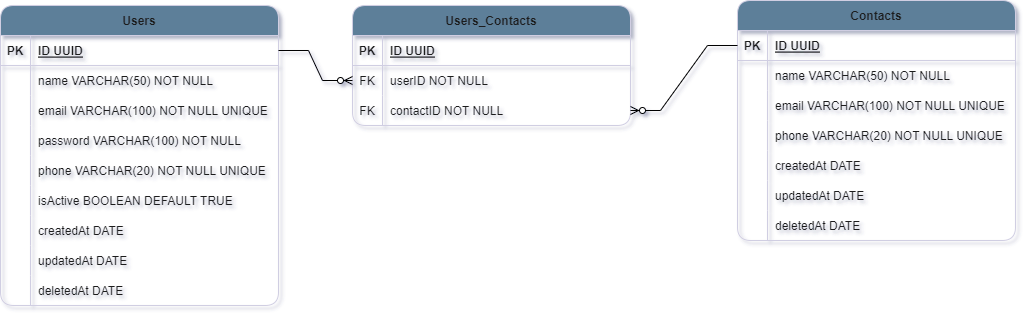
The draw.io diagram Contact-Book-diagram.png in henriquejesus128/Contact-Book-API, before a commit. Source tidied: cells renumbered, new cells last; positions are measured from the earlier drawing's top-left corner, leaving out a move shared by most shapes.
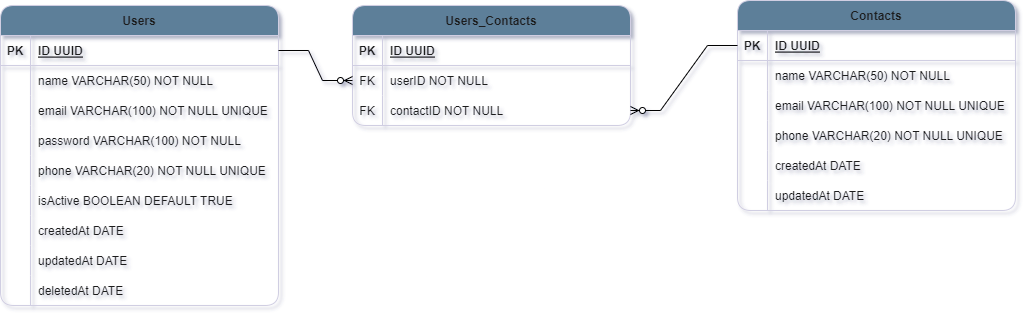
Above is the later version.

Change to the diagram source:
```diff
@@ -87,7 +87,7 @@
       <mxGeometry x="30" width="248" height="30" as="geometry" />
     </mxCell>
     <mxCell id="30" value="Contacts" style="shape=table;startSize=30;rowLines=0;fontStyle=1;align=center;labelBackgroundColor=none;fillColor=#5D7F99;strokeColor=#D0CEE2;fontColor=#1A1A1A;rounded=1;" parent="1" vertex="1">
-      <mxGeometry x="737" width="278" height="240" as="geometry" />
+      <mxGeometry x="737" width="278" height="210" as="geometry" />
     </mxCell>
     <mxCell id="31" style="shape=partialRectangle;fillColor=none;points=[[0,0.5],[1,0.5]];portConstraint=eastwest;top=0;left=0;right=0;bottom=1;labelBackgroundColor=none;strokeColor=#D0CEE2;fontColor=#1A1A1A;rounded=1;" parent="30" vertex="1">
       <mxGeometry y="30" width="278" height="30" as="geometry" />
@@ -143,15 +143,6 @@
     <mxCell id="48" value="updatedAt DATE" style="shape=partialRectangle;overflow=hidden;fillColor=none;top=0;left=0;bottom=0;right=0;align=left;spacingLeft=6;labelBackgroundColor=none;strokeColor=#D0CEE2;fontColor=#1A1A1A;rounded=1;" parent="46" vertex="1">
       <mxGeometry x="30" width="248" height="30" as="geometry" />
     </mxCell>
-    <mxCell id="49" style="shape=partialRectangle;fillColor=none;top=0;left=0;right=0;bottom=0;labelBackgroundColor=none;strokeColor=#D0CEE2;fontColor=#1A1A1A;rounded=1;" parent="30" vertex="1">
-      <mxGeometry y="210" width="278" height="30" as="geometry" />
-    </mxCell>
-    <mxCell id="50" style="shape=partialRectangle;overflow=hidden;fillColor=none;top=0;left=0;bottom=0;right=0;labelBackgroundColor=none;strokeColor=#D0CEE2;fontColor=#1A1A1A;rounded=1;" parent="49" vertex="1">
-      <mxGeometry width="30" height="30" as="geometry" />
-    </mxCell>
-    <mxCell id="51" value="deletedAt DATE" style="shape=partialRectangle;overflow=hidden;fillColor=none;top=0;left=0;bottom=0;right=0;align=left;spacingLeft=6;labelBackgroundColor=none;strokeColor=#D0CEE2;fontColor=#1A1A1A;rounded=1;" parent="49" vertex="1">
-      <mxGeometry x="30" width="248" height="30" as="geometry" />
-    </mxCell>
     <mxCell id="52" value="Users_Contacts" style="shape=table;startSize=30;rowLines=0;fontStyle=1;align=center;labelBackgroundColor=none;fillColor=#5D7F99;strokeColor=#D0CEE2;fontColor=#1A1A1A;rounded=1;" parent="1" vertex="1">
       <mxGeometry x="352" y="5" width="278" height="120" as="geometry" />
     </mxCell>
```
